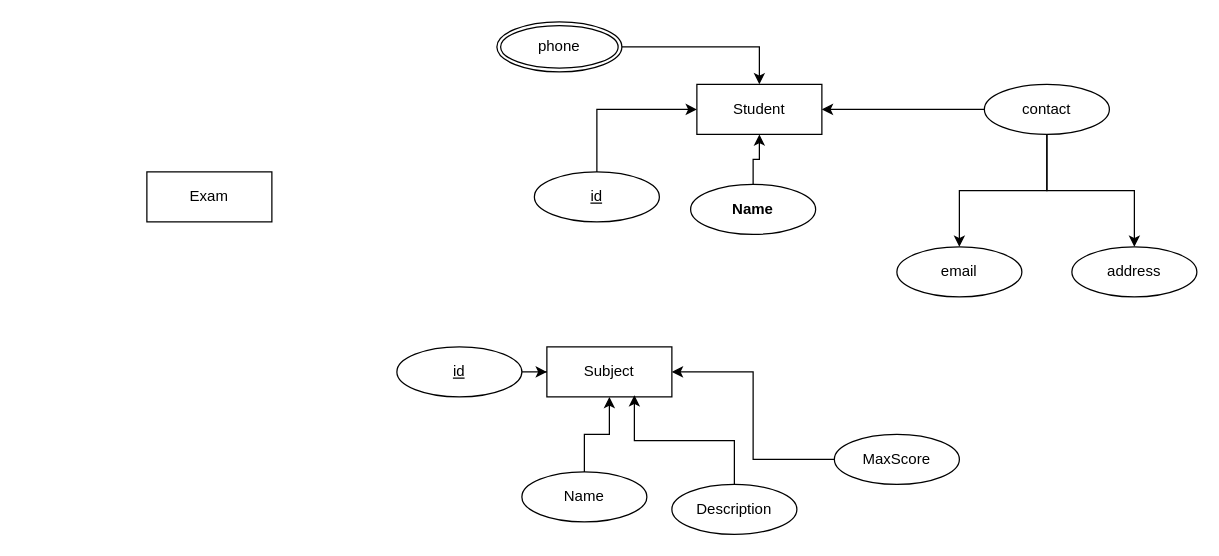
Earlier version of the draw.io diagram iti1.drawio (andrew-atef/andrew-atef). Source tidied: cells renumbered, new cells numbered last; positions are measured from the earlier drawing's top-left corner, leaving out a move shared by most shapes. Both pictures are drawn from the tidied source at 125%, with x=0, y=0 at pixel (146, 21).
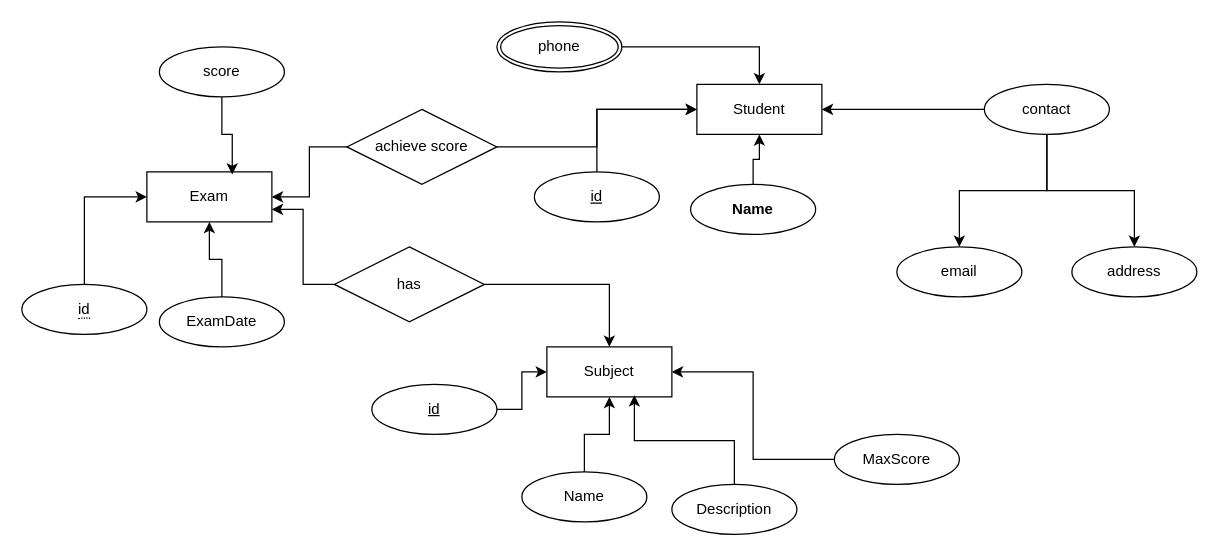
The same diagram, later.

Unchanged cells that the change refers to:
```xml
<mxCell id="2" value="Student" style="whiteSpace=wrap;html=1;align=center;" parent="1" vertex="1">
  <mxGeometry x="440" y="50" width="100" height="40" as="geometry" />
</mxCell>
<mxCell id="15" value="Subject" style="whiteSpace=wrap;html=1;align=center;" parent="1" vertex="1">
  <mxGeometry x="320" y="260" width="100" height="40" as="geometry" />
</mxCell>
<mxCell id="24" value="Exam" style="whiteSpace=wrap;html=1;align=center;" parent="1" vertex="1">
  <mxGeometry y="120" width="100" height="40" as="geometry" />
</mxCell>
```

Diff of the diagram source:
```diff
@@
     <mxCell id="17" value="id" style="ellipse;whiteSpace=wrap;html=1;align=center;fontStyle=4;" parent="1" vertex="1">
-      <mxGeometry x="200" y="260" width="100" height="40" as="geometry" />
+      <mxGeometry x="180" y="290" width="100" height="40" as="geometry" />
     </mxCell>
@@
+    <mxCell id="25" style="edgeStyle=orthogonalEdgeStyle;rounded=0;jettySize=auto;html=1;entryX=0;entryY=0.5;entryDx=0;entryDy=0;" parent="1" edge="1" source="26" target="24">
+      <mxGeometry relative="1" as="geometry" />
+    </mxCell>
+    <mxCell id="26" value="&lt;span style=&quot;border-bottom: 1px dotted&quot;&gt;id&lt;br&gt;&lt;/span&gt;" style="ellipse;whiteSpace=wrap;html=1;align=center;" parent="1" vertex="1">
+      <mxGeometry x="-100" y="210" width="100" height="40" as="geometry" />
+    </mxCell>
+    <mxCell id="27" style="edgeStyle=orthogonalEdgeStyle;rounded=0;jettySize=auto;html=1;entryX=0.5;entryY=1;entryDx=0;entryDy=0;" parent="1" edge="1" source="28" target="24">
+      <mxGeometry relative="1" as="geometry" />
+    </mxCell>
+    <mxCell id="28" value="ExamDate" style="ellipse;whiteSpace=wrap;html=1;align=center;" parent="1" vertex="1">
+      <mxGeometry x="10" y="220" width="100" height="40" as="geometry" />
+    </mxCell>
+    <mxCell id="29" style="edgeStyle=orthogonalEdgeStyle;rounded=0;jettySize=auto;html=1;entryX=0.683;entryY=0.054;entryDx=0;entryDy=0;entryPerimeter=0;" parent="1" edge="1" source="30" target="24">
+      <mxGeometry relative="1" as="geometry" />
+    </mxCell>
+    <mxCell id="30" value="score" style="ellipse;whiteSpace=wrap;html=1;align=center;" parent="1" vertex="1">
+      <mxGeometry x="10" y="20" width="100" height="40" as="geometry" />
+    </mxCell>
+    <mxCell id="31" style="edgeStyle=orthogonalEdgeStyle;rounded=0;jettySize=auto;html=1;" parent="1" edge="1" source="33" target="2">
+      <mxGeometry relative="1" as="geometry" />
+    </mxCell>
+    <mxCell id="32" style="edgeStyle=orthogonalEdgeStyle;rounded=0;jettySize=auto;html=1;entryX=1;entryY=0.5;entryDx=0;entryDy=0;" parent="1" edge="1" source="33" target="24">
+      <mxGeometry relative="1" as="geometry" />
+    </mxCell>
+    <mxCell id="33" value="achieve score" style="shape=rhombus;perimeter=rhombusPerimeter;whiteSpace=wrap;html=1;align=center;" parent="1" vertex="1">
+      <mxGeometry x="160" y="70" width="120" height="60" as="geometry" />
+    </mxCell>
+    <mxCell id="34" style="edgeStyle=orthogonalEdgeStyle;rounded=0;jettySize=auto;html=1;entryX=1;entryY=0.75;entryDx=0;entryDy=0;" parent="1" edge="1" source="36" target="24">
+      <mxGeometry relative="1" as="geometry" />
+    </mxCell>
+    <mxCell id="35" style="edgeStyle=orthogonalEdgeStyle;rounded=0;jettySize=auto;html=1;entryX=0.5;entryY=0;entryDx=0;entryDy=0;" parent="1" edge="1" source="36" target="15">
+      <mxGeometry relative="1" as="geometry" />
+    </mxCell>
+    <mxCell id="36" value="has" style="shape=rhombus;perimeter=rhombusPerimeter;whiteSpace=wrap;html=1;align=center;" parent="1" vertex="1">
+      <mxGeometry x="150" y="180" width="120" height="60" as="geometry" />
+    </mxCell>
```
